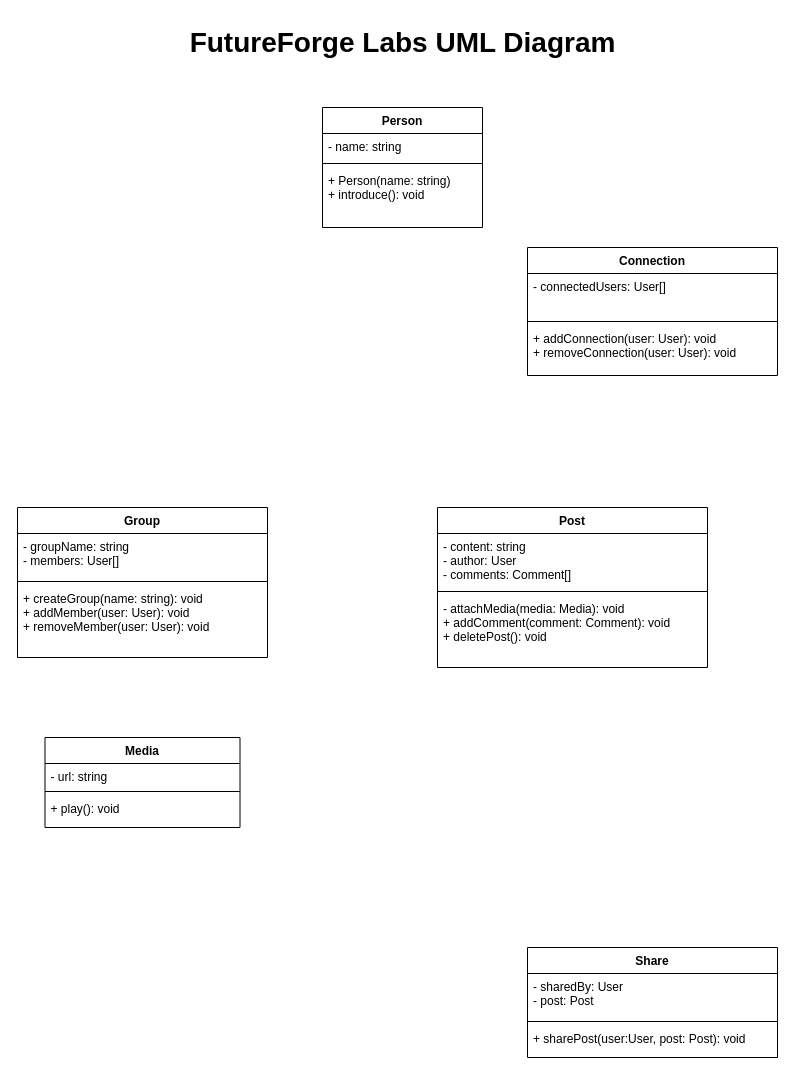
The draw.io diagram docs/futureforge/futureforgeuml.drawio in BlazerLabs/CSC-3105-22-23-Project-Repo, before the edit. Source tidied: cells renumbered, new cells numbered last; positions are measured from the earlier drawing's top-left corner, leaving out a move shared by most shapes. Both pictures are drawn from the tidied source at 100%, with x=0, y=0 at pixel (17, 17).
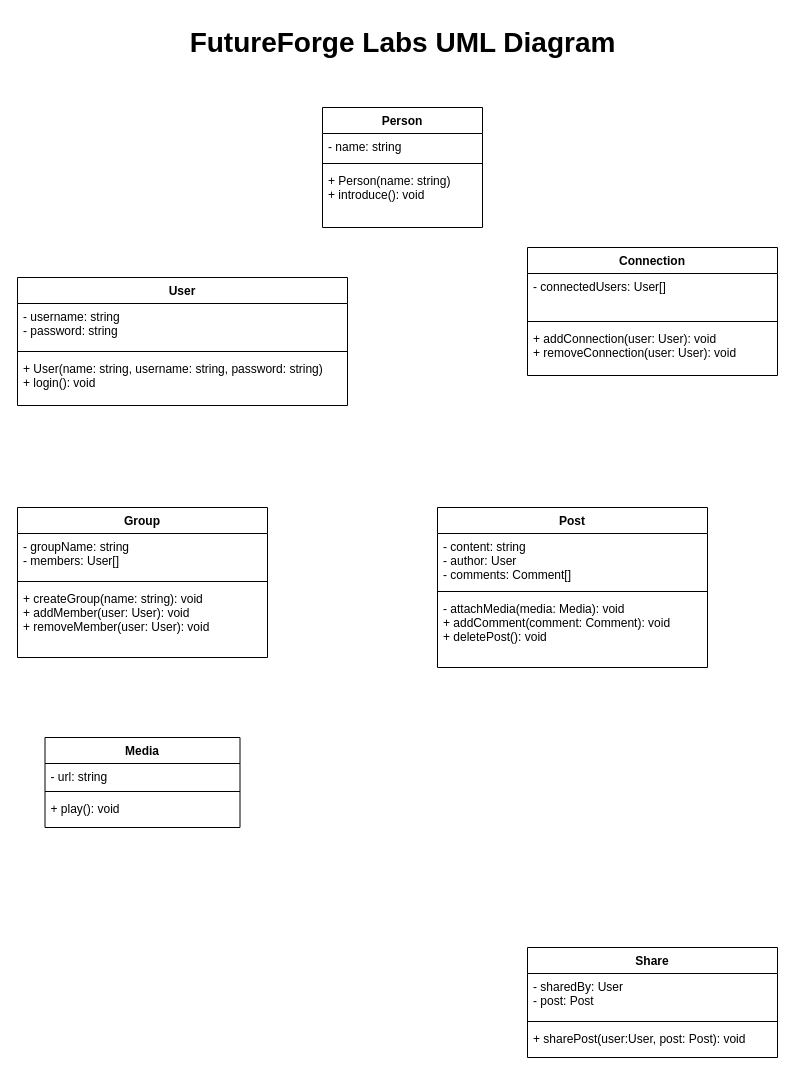
The same diagram, later.

Commit message:
Created the User class uml

Diff of the diagram source:
```diff
@@
+    <mxCell id="27" value="User" style="swimlane;fontStyle=1;align=center;verticalAlign=top;horizontal=1;startSize=26;" parent="1" vertex="1">
+      <mxGeometry y="260" width="330" height="128" as="geometry" />
+    </mxCell>
+    <mxCell id="28" value="- username: string&#10;- password: string" style="text;strokeColor=none;fillColor=none;align=left;verticalAlign=top;spacingLeft=4;spacingRight=4;overflow=hidden;" parent="27" vertex="1">
+      <mxGeometry y="26" width="330" height="44" as="geometry" />
+    </mxCell>
+    <mxCell id="29" style="line;strokeWidth=1;fillColor=none;align=left;verticalAlign=middle;spacingTop=-1;spacingLeft=3;spacingRight=3;labelPosition=right;strokeColor=inherit;" parent="27" vertex="1">
+      <mxGeometry y="70" width="330" height="8" as="geometry" />
+    </mxCell>
+    <mxCell id="30" value="+ User(name: string, username: string, password: string)&#10;+ login(): void" style="text;strokeColor=none;fillColor=none;align=left;verticalAlign=top;spacingLeft=4;spacingRight=4;overflow=hidden;" parent="27" vertex="1">
+      <mxGeometry y="78" width="330" height="50" as="geometry" />
+    </mxCell>
```
